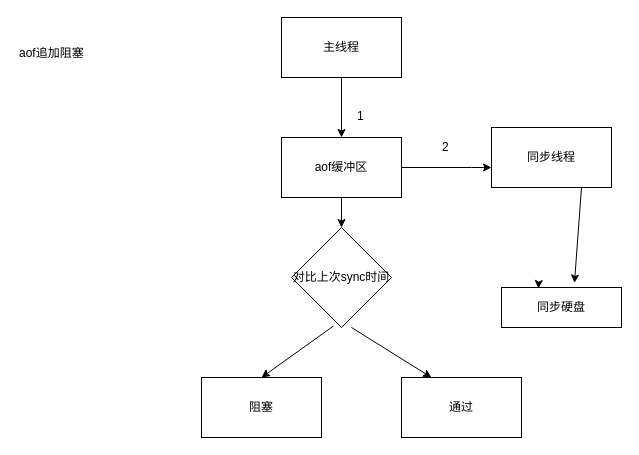
Before: aof追加阻塞.drawio in hbn1326317071/drawio, a draw.io diagram. Source tidied: cells renumbered, new cells numbered last; positions are measured from the earlier drawing's top-left corner, leaving out a move shared by most shapes. Both pictures are drawn from the tidied source at 100%, with x=0, y=0 at pixel (17, 17).
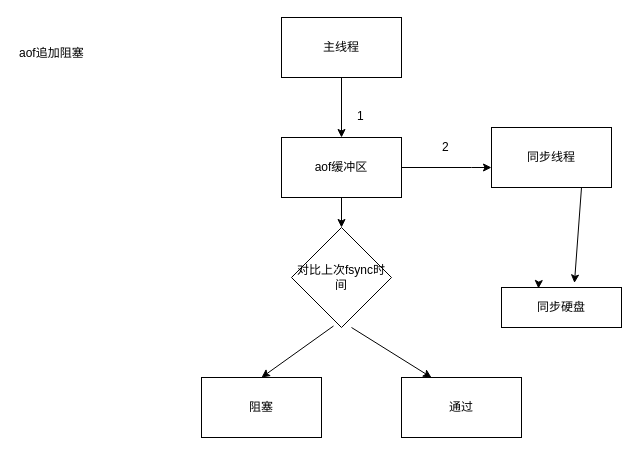
Above is the later version.

Change to the diagram source:
```diff
@@
-    <mxCell id="5" value="对比上次sync时间" style="rhombus;whiteSpace=wrap;html=1;" parent="1" vertex="1">
+    <mxCell id="5" value="对比上次fsync时间" style="rhombus;whiteSpace=wrap;html=1;" parent="1" vertex="1">
       <mxGeometry x="274" y="210" width="100" height="100" as="geometry" />
     </mxCell>
```
